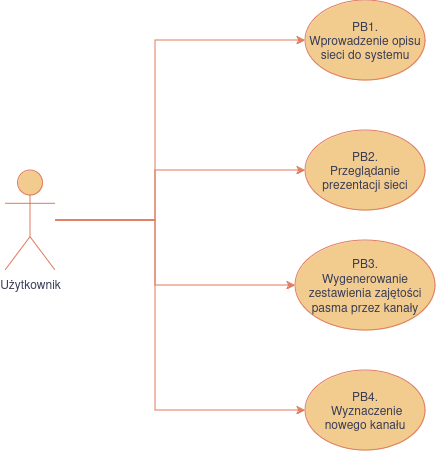
Above: docs/diagrams/business-use-cases.drawio.png in mGarbowski/pzsp2-projekt (draw.io), before the change. Source tidied: cells renumbered, new cells last; positions are measured from the earlier drawing's top-left corner, leaving out a move shared by most shapes. Its diagram source:
```xml
<mxGraphModel>
  <root>
    <mxCell id="0" />
    <mxCell id="1" parent="0" />
    <mxCell id="2" value="&lt;div&gt;PB1.&lt;/div&gt;&lt;div&gt;Wprowadzenie opisu sieci do systemu&lt;br&gt;&lt;/div&gt;" style="ellipse;whiteSpace=wrap;html=1;labelBackgroundColor=none;fillColor=#F2CC8F;strokeColor=#E07A5F;fontColor=#393C56;" parent="1" vertex="1">
      <mxGeometry x="300" width="120" height="80" as="geometry" />
    </mxCell>
    <mxCell id="3" value="&lt;div&gt;PB2.&lt;/div&gt;&lt;div&gt;Przeglądanie prezentacji sieci&lt;/div&gt;" style="ellipse;whiteSpace=wrap;html=1;labelBackgroundColor=none;fillColor=#F2CC8F;strokeColor=#E07A5F;fontColor=#393C56;" parent="1" vertex="1">
      <mxGeometry x="300" y="130" width="120" height="80" as="geometry" />
    </mxCell>
    <mxCell id="4" value="&lt;div&gt;PB3.&lt;/div&gt;&lt;div&gt;Wygenerowanie zestawienia zajętości pasma przez kanały&lt;br&gt;&lt;/div&gt;" style="ellipse;whiteSpace=wrap;html=1;labelBackgroundColor=none;fillColor=#F2CC8F;strokeColor=#E07A5F;fontColor=#393C56;" parent="1" vertex="1">
      <mxGeometry x="290" y="240" width="140" height="90" as="geometry" />
    </mxCell>
    <mxCell id="5" value="&lt;div&gt;PB4.&lt;/div&gt;&lt;div&gt;&amp;nbsp;Wyznaczenie nowego kanału&lt;br&gt;&lt;/div&gt;" style="ellipse;whiteSpace=wrap;html=1;labelBackgroundColor=none;fillColor=#F2CC8F;strokeColor=#E07A5F;fontColor=#393C56;" parent="1" vertex="1">
      <mxGeometry x="300" y="370" width="120" height="80" as="geometry" />
    </mxCell>
    <mxCell id="6" style="edgeStyle=orthogonalEdgeStyle;rounded=0;jettySize=auto;html=1;entryX=0;entryY=0.5;entryDx=0;entryDy=0;labelBackgroundColor=none;strokeColor=#E07A5F;fontColor=default;" parent="1" edge="1" source="10" target="2">
      <mxGeometry relative="1" as="geometry">
        <Array as="points">
          <mxPoint x="150" y="220" />
          <mxPoint x="150" y="40" />
        </Array>
      </mxGeometry>
    </mxCell>
    <mxCell id="7" style="edgeStyle=orthogonalEdgeStyle;rounded=0;jettySize=auto;html=1;entryX=0;entryY=0.5;entryDx=0;entryDy=0;labelBackgroundColor=none;strokeColor=#E07A5F;fontColor=default;" parent="1" edge="1" source="10" target="3">
      <mxGeometry relative="1" as="geometry">
        <Array as="points">
          <mxPoint x="150" y="220" />
          <mxPoint x="150" y="170" />
        </Array>
      </mxGeometry>
    </mxCell>
    <mxCell id="8" style="edgeStyle=orthogonalEdgeStyle;rounded=0;jettySize=auto;html=1;entryX=0;entryY=0.5;entryDx=0;entryDy=0;labelBackgroundColor=none;strokeColor=#E07A5F;fontColor=default;" parent="1" edge="1" source="10" target="4">
      <mxGeometry relative="1" as="geometry">
        <Array as="points">
          <mxPoint x="150" y="220" />
          <mxPoint x="150" y="285" />
        </Array>
      </mxGeometry>
    </mxCell>
    <mxCell id="9" style="edgeStyle=orthogonalEdgeStyle;rounded=0;jettySize=auto;html=1;entryX=0;entryY=0.5;entryDx=0;entryDy=0;labelBackgroundColor=none;strokeColor=#E07A5F;fontColor=default;" parent="1" edge="1" source="10" target="5">
      <mxGeometry relative="1" as="geometry">
        <Array as="points">
          <mxPoint x="150" y="220" />
          <mxPoint x="150" y="410" />
        </Array>
      </mxGeometry>
    </mxCell>
    <mxCell id="10" value="Użytkownik" style="shape=umlActor;verticalLabelPosition=bottom;verticalAlign=top;html=1;outlineConnect=0;labelBackgroundColor=none;fillColor=#F2CC8F;strokeColor=#E07A5F;fontColor=#393C56;" parent="1" vertex="1">
      <mxGeometry y="170" width="50" height="100" as="geometry" />
    </mxCell>
  </root>
</mxGraphModel>
```
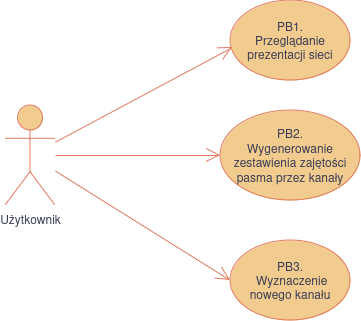
Later version of the same file.

Commit message:
remove PB1 business use case, update diagrams

What changed in the source:
```diff
@@ -2,52 +2,26 @@
   <root>
     <mxCell id="0" />
     <mxCell id="1" parent="0" />
-    <mxCell id="2" value="&lt;div&gt;PB1.&lt;/div&gt;&lt;div&gt;Wprowadzenie opisu sieci do systemu&lt;br&gt;&lt;/div&gt;" style="ellipse;whiteSpace=wrap;html=1;labelBackgroundColor=none;fillColor=#F2CC8F;strokeColor=#E07A5F;fontColor=#393C56;" parent="1" vertex="1">
-      <mxGeometry x="300" width="120" height="80" as="geometry" />
-    </mxCell>
-    <mxCell id="3" value="&lt;div&gt;PB2.&lt;/div&gt;&lt;div&gt;Przeglądanie prezentacji sieci&lt;/div&gt;" style="ellipse;whiteSpace=wrap;html=1;labelBackgroundColor=none;fillColor=#F2CC8F;strokeColor=#E07A5F;fontColor=#393C56;" parent="1" vertex="1">
+    <mxCell id="3" value="&lt;div&gt;PB1.&lt;/div&gt;&lt;div&gt;Przeglądanie prezentacji sieci&lt;/div&gt;" style="ellipse;whiteSpace=wrap;html=1;labelBackgroundColor=none;fillColor=#F2CC8F;strokeColor=#E07A5F;fontColor=#393C56;" parent="1" vertex="1">
       <mxGeometry x="300" y="130" width="120" height="80" as="geometry" />
     </mxCell>
-    <mxCell id="4" value="&lt;div&gt;PB3.&lt;/div&gt;&lt;div&gt;Wygenerowanie zestawienia zajętości pasma przez kanały&lt;br&gt;&lt;/div&gt;" style="ellipse;whiteSpace=wrap;html=1;labelBackgroundColor=none;fillColor=#F2CC8F;strokeColor=#E07A5F;fontColor=#393C56;" parent="1" vertex="1">
+    <mxCell id="4" value="&lt;div&gt;PB2.&lt;/div&gt;&lt;div&gt;Wygenerowanie zestawienia zajętości pasma przez kanały&lt;br&gt;&lt;/div&gt;" style="ellipse;whiteSpace=wrap;html=1;labelBackgroundColor=none;fillColor=#F2CC8F;strokeColor=#E07A5F;fontColor=#393C56;" parent="1" vertex="1">
       <mxGeometry x="290" y="240" width="140" height="90" as="geometry" />
     </mxCell>
-    <mxCell id="5" value="&lt;div&gt;PB4.&lt;/div&gt;&lt;div&gt;&amp;nbsp;Wyznaczenie nowego kanału&lt;br&gt;&lt;/div&gt;" style="ellipse;whiteSpace=wrap;html=1;labelBackgroundColor=none;fillColor=#F2CC8F;strokeColor=#E07A5F;fontColor=#393C56;" parent="1" vertex="1">
+    <mxCell id="5" value="&lt;div&gt;PB3.&lt;/div&gt;&lt;div&gt;&amp;nbsp;Wyznaczenie nowego kanału&lt;br&gt;&lt;/div&gt;" style="ellipse;whiteSpace=wrap;html=1;labelBackgroundColor=none;fillColor=#F2CC8F;strokeColor=#E07A5F;fontColor=#393C56;" parent="1" vertex="1">
       <mxGeometry x="300" y="370" width="120" height="80" as="geometry" />
     </mxCell>
-    <mxCell id="6" style="edgeStyle=orthogonalEdgeStyle;rounded=0;jettySize=auto;html=1;entryX=0;entryY=0.5;entryDx=0;entryDy=0;labelBackgroundColor=none;strokeColor=#E07A5F;fontColor=default;" parent="1" edge="1" source="10" target="2">
-      <mxGeometry relative="1" as="geometry">
-        <Array as="points">
-          <mxPoint x="150" y="220" />
-          <mxPoint x="150" y="40" />
-        </Array>
-      </mxGeometry>
-    </mxCell>
+    <mxCell id="10" value="Użytkownik" style="shape=umlActor;verticalLabelPosition=bottom;verticalAlign=top;html=1;outlineConnect=0;labelBackgroundColor=none;fillColor=#F2CC8F;strokeColor=#E07A5F;fontColor=#393C56;" parent="1" vertex="1">
+      <mxGeometry x="75" y="235" width="50" height="100" as="geometry" />
+    </mxCell>
-    <mxCell id="7" style="edgeStyle=orthogonalEdgeStyle;rounded=0;jettySize=auto;html=1;entryX=0;entryY=0.5;entryDx=0;entryDy=0;labelBackgroundColor=none;strokeColor=#E07A5F;fontColor=default;" parent="1" edge="1" source="10" target="3">
-      <mxGeometry relative="1" as="geometry">
-        <Array as="points">
-          <mxPoint x="150" y="220" />
-          <mxPoint x="150" y="170" />
-        </Array>
-      </mxGeometry>
+    <mxCell id="7" style="endArrow=open;endFill=1;endSize=12;html=1;rounded=0;entryX=0.017;entryY=0.588;entryDx=0;entryDy=0;entryPerimeter=0;labelBackgroundColor=none;strokeColor=#E07A5F;fontColor=default;" parent="1" edge="1" source="10" target="3">
+      <mxGeometry relative="1" as="geometry" />
     </mxCell>
-    <mxCell id="8" style="edgeStyle=orthogonalEdgeStyle;rounded=0;jettySize=auto;html=1;entryX=0;entryY=0.5;entryDx=0;entryDy=0;labelBackgroundColor=none;strokeColor=#E07A5F;fontColor=default;" parent="1" edge="1" source="10" target="4">
-      <mxGeometry relative="1" as="geometry">
-        <Array as="points">
-          <mxPoint x="150" y="220" />
-          <mxPoint x="150" y="285" />
-        </Array>
-      </mxGeometry>
+    <mxCell id="8" style="endArrow=open;endFill=1;endSize=12;html=1;rounded=0;entryX=0;entryY=0.5;entryDx=0;entryDy=0;labelBackgroundColor=none;strokeColor=#E07A5F;fontColor=default;" parent="1" edge="1" source="10" target="4">
+      <mxGeometry relative="1" as="geometry" />
     </mxCell>
-    <mxCell id="9" style="edgeStyle=orthogonalEdgeStyle;rounded=0;jettySize=auto;html=1;entryX=0;entryY=0.5;entryDx=0;entryDy=0;labelBackgroundColor=none;strokeColor=#E07A5F;fontColor=default;" parent="1" edge="1" source="10" target="5">
-      <mxGeometry relative="1" as="geometry">
-        <Array as="points">
-          <mxPoint x="150" y="220" />
-          <mxPoint x="150" y="410" />
-        </Array>
-      </mxGeometry>
+    <mxCell id="9" style="endArrow=open;endFill=1;endSize=12;html=1;rounded=0;entryX=0;entryY=0.5;entryDx=0;entryDy=0;labelBackgroundColor=none;strokeColor=#E07A5F;fontColor=default;" parent="1" edge="1" source="10" target="5">
+      <mxGeometry relative="1" as="geometry" />
     </mxCell>
-    <mxCell id="10" value="Użytkownik" style="shape=umlActor;verticalLabelPosition=bottom;verticalAlign=top;html=1;outlineConnect=0;labelBackgroundColor=none;fillColor=#F2CC8F;strokeColor=#E07A5F;fontColor=#393C56;" parent="1" vertex="1">
-      <mxGeometry y="170" width="50" height="100" as="geometry" />
-    </mxCell>
   </root>
 </mxGraphModel>
```
